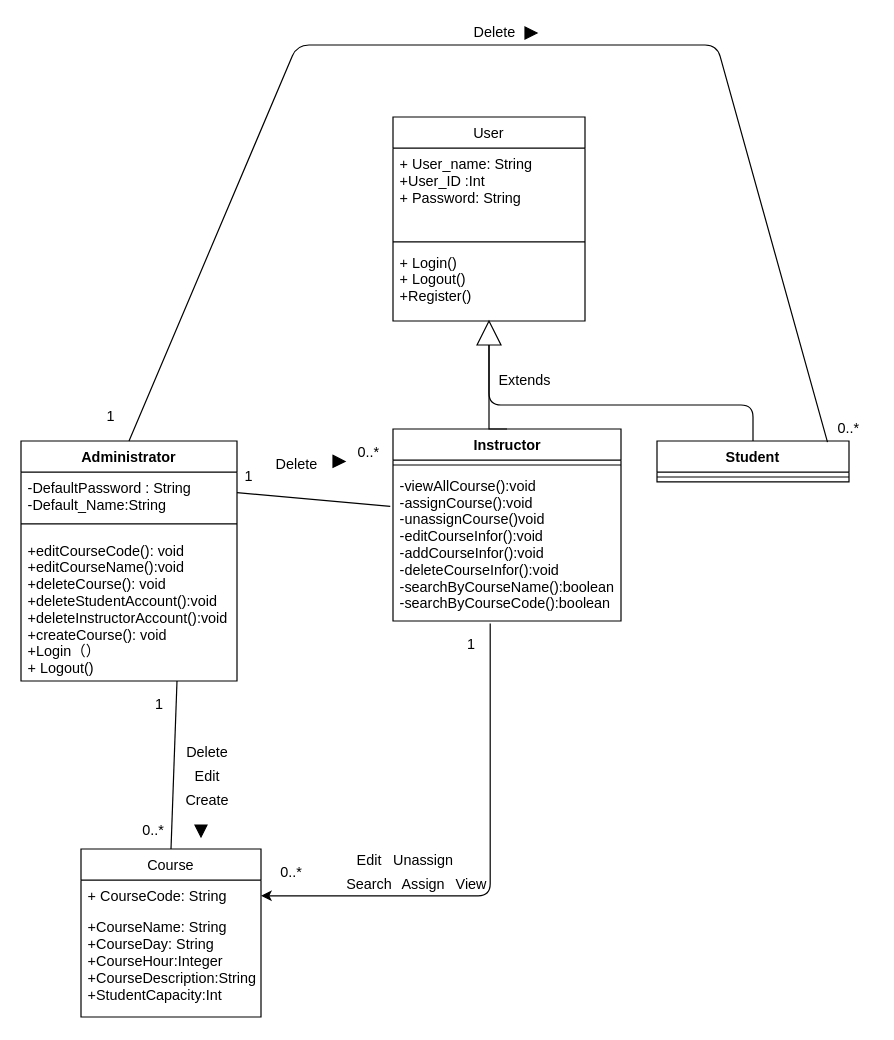
Ze-48346/SEG2105_Project_Work keeps this draw.io diagram as SEG2105_Project.drawio. Above is the earlier version. Source tidied: cells renumbered, new cells numbered last; positions are measured from the earlier drawing's top-left corner, leaving out a move shared by most shapes. Both pictures are drawn from the tidied source at 120%, with x=0, y=0 at pixel (20, 20).
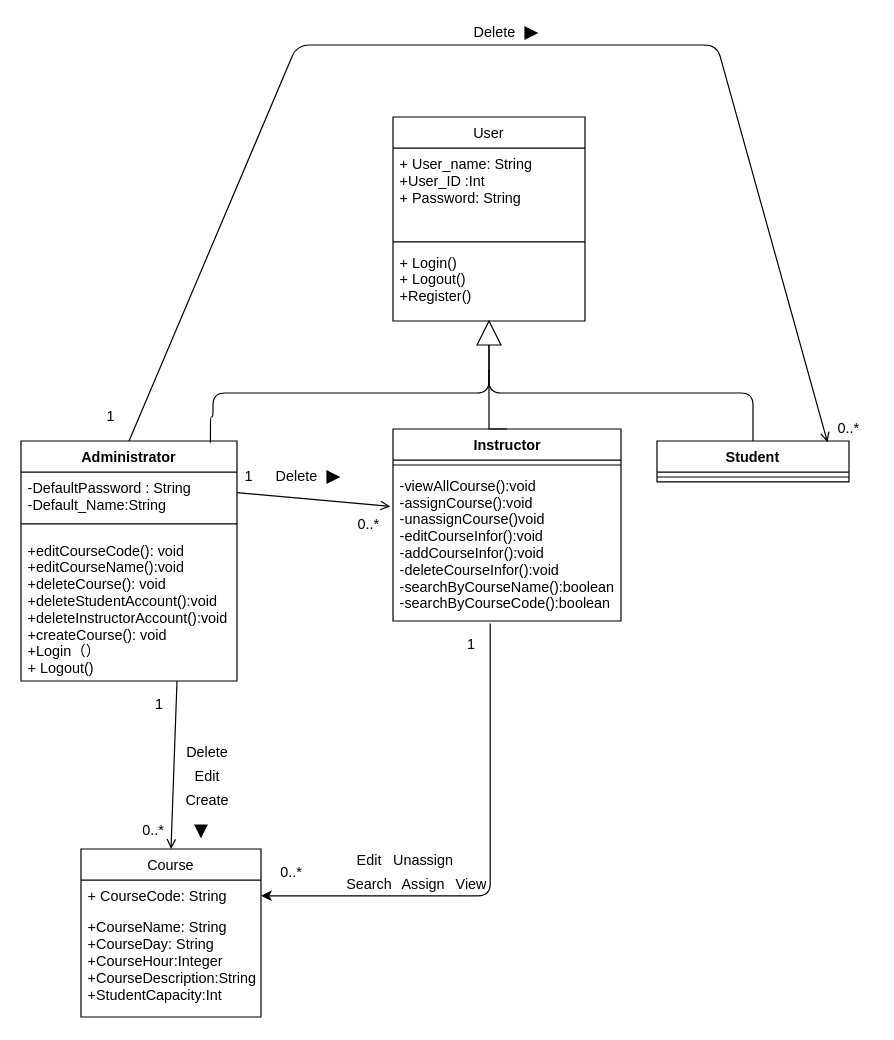
Above is the later version.

Commit message:
updated UML Class diagram: 1. remove 'extend' for inheritance relation from Student. 2. update unidirection for associations Administrator

Unchanged cells that the change refers to:
```xml
<mxCell id="6" value=" Administrator" style="swimlane;fontStyle=1;align=center;verticalAlign=top;horizontal=1;startSize=26;" parent="1" vertex="1">
  <mxGeometry y="350" width="180" height="200" as="geometry" />
</mxCell>
<mxCell id="7" value="-DefaultPassword : String&#10;-Default_Name:String&#10;" style="text;strokeColor=none;fillColor=none;align=left;verticalAlign=top;spacingLeft=4;spacingRight=4;overflow=hidden;points=[[0,0.5],[1,0.5]];portConstraint=eastwest;" parent="6" vertex="1">
  <mxGeometry y="26" width="180" height="34" as="geometry" />
</mxCell>
<mxCell id="10" value="Student" style="swimlane;fontStyle=1;align=center;verticalAlign=top;horizontal=1;startSize=26;" parent="1" vertex="1">
  <mxGeometry x="530" y="350" width="160" height="34" as="geometry" />
</mxCell>
<mxCell id="13" value="Course" style="swimlane;fontStyle=0;horizontal=1;startSize=26;fillColor=none;" parent="1" vertex="1">
  <mxGeometry x="50" y="690" width="150" height="140" as="geometry" />
</mxCell>
<mxCell id="33" style="triangle;whiteSpace=wrap;html=1;rotation=-90;" parent="1" vertex="1">
  <mxGeometry x="380" y="250" width="20" height="20" as="geometry" />
</mxCell>
<mxCell id="38" value="-viewAllCourse():void&#10;-assignCourse():void&#10;-unassignCourse()void&#10;-editCourseInfor():void&#10;-addCourseInfor():void&#10;-deleteCourseInfor():void&#10;-searchByCourseName():boolean&#10;-searchByCourseCode():boolean&#10;" style="text;strokeColor=none;fillColor=none;align=left;verticalAlign=top;spacingLeft=4;spacingRight=4;overflow=hidden;points=[[0,0.5],[1,0.5]];portConstraint=eastwest;" parent="36" vertex="1">
  <mxGeometry y="34" width="190" height="126" as="geometry" />
</mxCell>
```

Change to the diagram source:
```diff
@@
     <mxCell id="12" style="endArrow=none;html=1;edgeStyle=orthogonalEdgeStyle;entryX=0.5;entryY=0;entryDx=0;entryDy=0;exitX=0;exitY=0.5;exitDx=0;exitDy=0;" parent="1" edge="1" source="33" target="10">
       <mxGeometry relative="1" as="geometry">
         <Array as="points">
-          <mxPoint x="390" y="320" />
-          <mxPoint x="610" y="320" />
+          <mxPoint x="390" y="310" />
+          <mxPoint x="610" y="310" />
         </Array>
       </mxGeometry>
     </mxCell>
@@
-    <mxCell id="19" style="endArrow=none;html=1;entryX=-0.012;entryY=0.242;entryDx=0;entryDy=0;exitX=1;exitY=0.5;exitDx=0;exitDy=0;entryPerimeter=0;" parent="1" edge="1" source="7" target="38">
+    <mxCell id="19" style="endArrow=open;html=1;entryX=-0.012;entryY=0.242;entryDx=0;entryDy=0;exitX=1;exitY=0.5;exitDx=0;exitDy=0;entryPerimeter=0;endFill=0;" parent="1" edge="1" source="7" target="38">
       <mxGeometry relative="1" as="geometry" />
     </mxCell>
     <mxCell id="20" value="Delete" style="text;html=1;strokeColor=none;fillColor=none;align=center;verticalAlign=middle;whiteSpace=wrap;rounded=0;" parent="1" vertex="1">
-      <mxGeometry x="210" y="360" width="40" height="20" as="geometry" />
+      <mxGeometry x="210" y="370" width="40" height="20" as="geometry" />
     </mxCell>
@@
     <mxCell id="22" value="0..*" style="text;html=1;strokeColor=none;fillColor=none;align=center;verticalAlign=middle;whiteSpace=wrap;rounded=0;" parent="1" vertex="1">
-      <mxGeometry x="270" y="350" width="40" height="20" as="geometry" />
+      <mxGeometry x="270" y="410" width="40" height="20" as="geometry" />
     </mxCell>
     <mxCell id="23" style="triangle;whiteSpace=wrap;html=1;fillColor=#000000;" parent="1" vertex="1">
-      <mxGeometry x="260" y="362" width="10" height="10" as="geometry" />
+      <mxGeometry x="255" y="375" width="10" height="10" as="geometry" />
     </mxCell>
-    <mxCell id="24" style="endArrow=none;html=1;exitX=0.5;exitY=0;exitDx=0;exitDy=0;entryX=0.888;entryY=0.029;entryDx=0;entryDy=0;entryPerimeter=0;" parent="1" edge="1" source="6" target="10">
+    <mxCell id="24" style="endArrow=open;html=1;exitX=0.5;exitY=0;exitDx=0;exitDy=0;entryX=0.888;entryY=0.029;entryDx=0;entryDy=0;entryPerimeter=0;endFill=0;" parent="1" edge="1" source="6" target="10">
       <mxGeometry relative="1" as="geometry">
         <Array as="points">
           <mxPoint x="230" y="20" />
           <mxPoint x="370" y="20" />
           <mxPoint x="580" y="20" />
         </Array>
       </mxGeometry>
     </mxCell>
@@
-    <mxCell id="31" style="endArrow=none;html=1;entryX=0.5;entryY=0;entryDx=0;entryDy=0;" parent="1" edge="1" target="13">
+    <mxCell id="31" style="endArrow=open;html=1;entryX=0.5;entryY=0;entryDx=0;entryDy=0;endFill=0;" parent="1" edge="1" target="13">
       <mxGeometry relative="1" as="geometry">
         <mxPoint x="130" y="550" as="sourcePoint" />
       </mxGeometry>
     </mxCell>
@@
-    <mxCell id="34" value="Extends" style="text;html=1;strokeColor=none;fillColor=none;align=center;verticalAlign=middle;whiteSpace=wrap;rounded=0;" parent="1" vertex="1">
-      <mxGeometry x="400" y="290" width="40" height="20" as="geometry" />
-    </mxCell>
@@
+    <mxCell id="47" style="endArrow=none;html=1;edgeStyle=orthogonalEdgeStyle;entryX=0.877;entryY=0.007;entryDx=0;entryDy=0;entryPerimeter=0;" parent="1" edge="1" target="6">
+      <mxGeometry relative="1" as="geometry">
+        <mxPoint x="390" y="290" as="sourcePoint" />
+        <Array as="points">
+          <mxPoint x="390" y="310" />
+          <mxPoint x="160" y="310" />
+          <mxPoint x="160" y="330" />
+          <mxPoint x="158" y="330" />
+        </Array>
+      </mxGeometry>
+    </mxCell>
```
